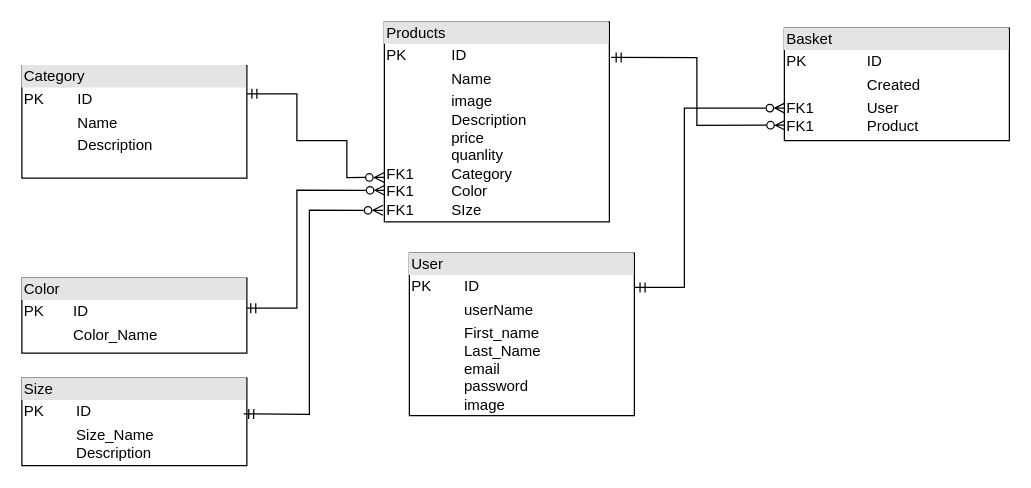
The draw.io diagram DATABASE.drawio in Kopylov-Andrey/VolsiStore, before the edit. Source tidied: cells renumbered, new cells numbered last; positions are measured from the earlier drawing's top-left corner, leaving out a move shared by most shapes. Both pictures are drawn from the tidied source at 125%, with x=0, y=0 at pixel (21, 21).
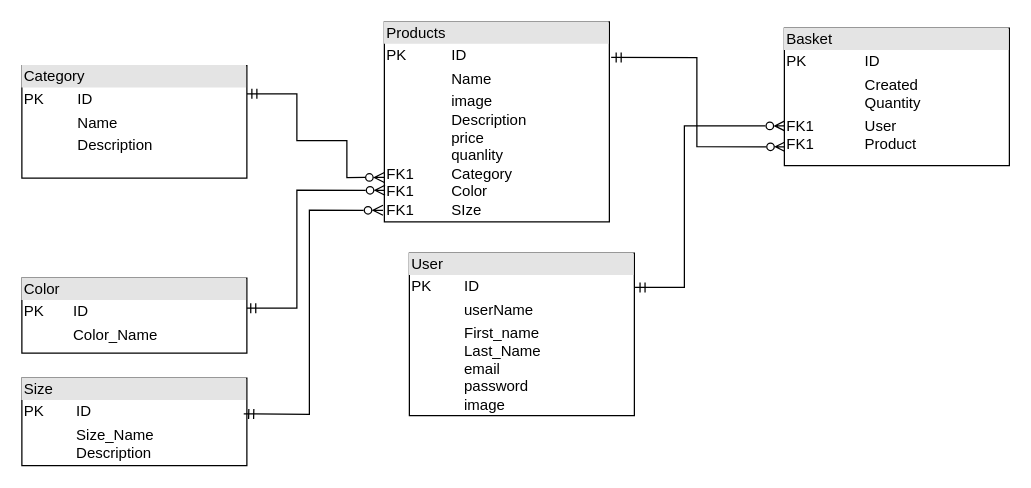
After the change.

Unchanged cells that the change refers to:
```xml
<mxCell id="7" value="&lt;div style=&quot;box-sizing:border-box;width:100%;background:#e4e4e4;padding:2px;&quot;&gt;User&lt;/div&gt;&lt;table style=&quot;width:100%;font-size:1em;&quot; cellpadding=&quot;2&quot; cellspacing=&quot;0&quot;&gt;&lt;tbody&gt;&lt;tr&gt;&lt;td&gt;PK&lt;/td&gt;&lt;td&gt;ID&lt;/td&gt;&lt;/tr&gt;&lt;tr&gt;&lt;td&gt;&lt;br&gt;&lt;/td&gt;&lt;td&gt;userName&lt;/td&gt;&lt;/tr&gt;&lt;tr&gt;&lt;td&gt;&lt;/td&gt;&lt;td&gt;First_name&lt;br&gt;Last_Name&lt;br&gt;email&lt;br&gt;password&lt;br&gt;image&lt;/td&gt;&lt;/tr&gt;&lt;/tbody&gt;&lt;/table&gt;" style="verticalAlign=top;align=left;overflow=fill;html=1;whiteSpace=wrap;" parent="1" vertex="1">
  <mxGeometry x="310" y="185" width="180" height="130" as="geometry" />
</mxCell>
```

Diff of the diagram source:
```diff
@@
-    <mxCell id="5" value="&lt;div style=&quot;box-sizing:border-box;width:100%;background:#e4e4e4;padding:2px;&quot;&gt;Basket&lt;/div&gt;&lt;table style=&quot;width:100%;font-size:1em;&quot; cellpadding=&quot;2&quot; cellspacing=&quot;0&quot;&gt;&lt;tbody&gt;&lt;tr&gt;&lt;td&gt;PK&lt;/td&gt;&lt;td&gt;ID&lt;/td&gt;&lt;/tr&gt;&lt;tr&gt;&lt;td&gt;&lt;br&gt;&lt;/td&gt;&lt;td&gt;Created&lt;/td&gt;&lt;/tr&gt;&lt;tr&gt;&lt;td&gt;FK1&lt;br&gt;FK1&lt;br&gt;&lt;/td&gt;&lt;td&gt;User&lt;br&gt;Product&lt;/td&gt;&lt;/tr&gt;&lt;/tbody&gt;&lt;/table&gt;" style="verticalAlign=top;align=left;overflow=fill;html=1;whiteSpace=wrap;" parent="1" vertex="1">
-      <mxGeometry x="610" y="5" width="180" height="90" as="geometry" />
+    <mxCell id="5" value="&lt;div style=&quot;box-sizing:border-box;width:100%;background:#e4e4e4;padding:2px;&quot;&gt;Basket&lt;/div&gt;&lt;table style=&quot;width:100%;font-size:1em;&quot; cellpadding=&quot;2&quot; cellspacing=&quot;0&quot;&gt;&lt;tbody&gt;&lt;tr&gt;&lt;td&gt;PK&lt;/td&gt;&lt;td&gt;ID&lt;/td&gt;&lt;/tr&gt;&lt;tr&gt;&lt;td&gt;&lt;br&gt;&lt;/td&gt;&lt;td&gt;Created&lt;br&gt;Quantity&lt;/td&gt;&lt;/tr&gt;&lt;tr&gt;&lt;td&gt;FK1&lt;br&gt;FK1&lt;br&gt;&lt;/td&gt;&lt;td&gt;User&lt;br&gt;Product&lt;/td&gt;&lt;/tr&gt;&lt;/tbody&gt;&lt;/table&gt;" style="verticalAlign=top;align=left;overflow=fill;html=1;whiteSpace=wrap;" parent="1" vertex="1">
+      <mxGeometry x="610" y="5" width="180" height="110" as="geometry" />
     </mxCell>
     <mxCell id="6" style="edgeStyle=orthogonalEdgeStyle;rounded=0;jettySize=auto;html=1;entryX=0.002;entryY=0.711;entryDx=0;entryDy=0;entryPerimeter=0;endArrow=ERzeroToMany;endFill=0;startArrow=ERmandOne;startFill=0;exitX=1.003;exitY=0.211;exitDx=0;exitDy=0;exitPerimeter=0;" parent="1" edge="1" source="7" target="5">
       <mxGeometry relative="1" as="geometry">
         <Array as="points">
           <mxPoint x="530" y="212" />
-          <mxPoint x="530" y="69" />
+          <mxPoint x="530" y="83" />
         </Array>
       </mxGeometry>
     </mxCell>
```
